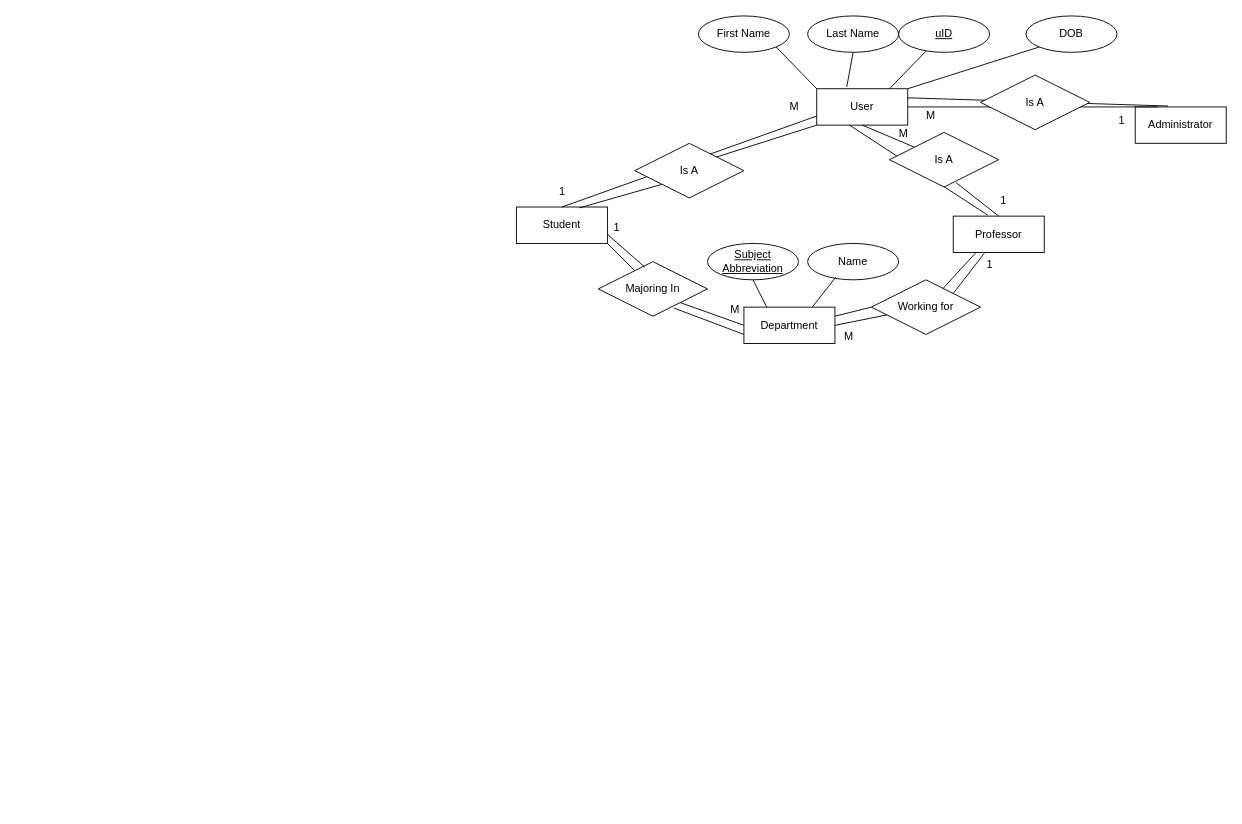
Earlier version of the draw.io diagram Untitled Diagram.drawio (ACavalletto/ACavalletto). Source tidied: cells renumbered, new cells numbered last; positions are measured from the earlier drawing's top-left corner, leaving out a move shared by most shapes. Both pictures are drawn from the tidied source at 91%, with x=0, y=0 at pixel (516, 15).
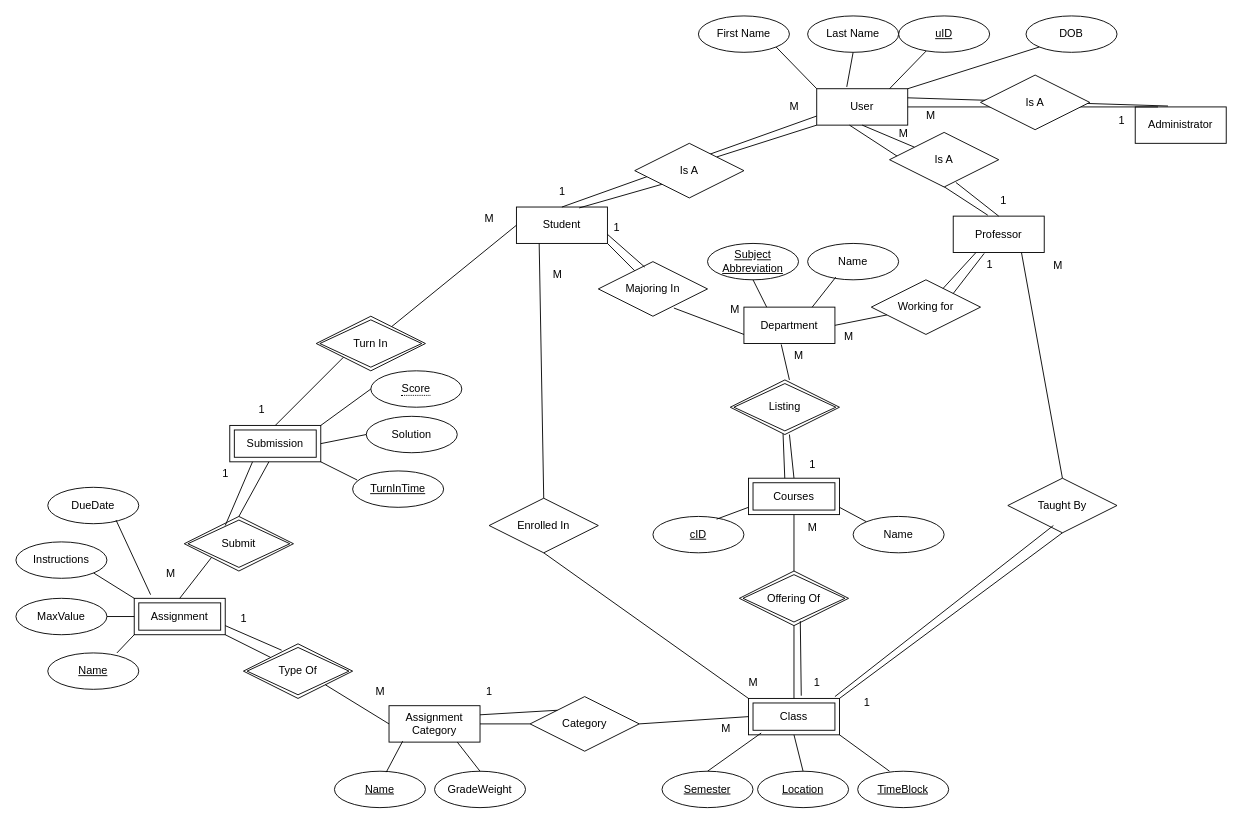
The same diagram, later.

Unchanged cells that the change refers to:
```xml
<mxCell id="11" value="Student" style="whiteSpace=wrap;html=1;align=center;" parent="1" vertex="1">
  <mxGeometry y="210" width="100" height="40" as="geometry" />
</mxCell>
<mxCell id="12" value="Professor" style="whiteSpace=wrap;html=1;align=center;" parent="1" vertex="1">
  <mxGeometry x="480" y="220" width="100" height="40" as="geometry" />
</mxCell>
<mxCell id="31" value="Department" style="whiteSpace=wrap;html=1;align=center;" parent="1" vertex="1">
  <mxGeometry x="250" y="320" width="100" height="40" as="geometry" />
</mxCell>
<mxCell id="36" value="Majoring In" style="shape=rhombus;perimeter=rhombusPerimeter;whiteSpace=wrap;html=1;align=center;" parent="1" vertex="1">
  <mxGeometry x="90" y="270" width="120" height="60" as="geometry" />
</mxCell>
<mxCell id="43" value="Working for" style="shape=rhombus;perimeter=rhombusPerimeter;whiteSpace=wrap;html=1;align=center;" parent="1" vertex="1">
  <mxGeometry x="390" y="290" width="120" height="60" as="geometry" />
</mxCell>
```

Diff of the diagram source:
```diff
@@
-    <mxCell id="41" style="endArrow=none;html=1;rounded=0;entryX=1;entryY=1;entryDx=0;entryDy=0;exitX=0;exitY=0.5;exitDx=0;exitDy=0;" parent="1" edge="1" source="31" target="36">
-      <mxGeometry relative="1" as="geometry" />
-    </mxCell>
@@
-    <mxCell id="44" style="endArrow=none;html=1;rounded=0;entryX=1;entryY=0.25;entryDx=0;entryDy=0;exitX=0;exitY=0.5;exitDx=0;exitDy=0;" parent="1" edge="1" source="43" target="31">
-      <mxGeometry relative="1" as="geometry" />
-    </mxCell>
@@
+    <mxCell id="50" style="endArrow=none;html=1;rounded=0;entryX=0.41;entryY=1.025;entryDx=0;entryDy=0;entryPerimeter=0;exitX=0.5;exitY=0;exitDx=0;exitDy=0;" parent="1" edge="1" target="31">
+      <mxGeometry relative="1" as="geometry">
+        <mxPoint x="300" y="400" as="sourcePoint" />
+      </mxGeometry>
+    </mxCell>
+    <mxCell id="51" style="endArrow=none;html=1;rounded=0;exitX=0.5;exitY=0;exitDx=0;exitDy=0;entryX=0.5;entryY=1;entryDx=0;entryDy=0;" parent="1" edge="1" source="73">
+      <mxGeometry relative="1" as="geometry">
+        <mxPoint x="300" y="460" as="targetPoint" />
+      </mxGeometry>
+    </mxCell>
+    <mxCell id="52" style="endArrow=none;html=1;rounded=0;entryX=0.4;entryY=0.075;entryDx=0;entryDy=0;entryPerimeter=0;exitX=0.442;exitY=0.983;exitDx=0;exitDy=0;exitPerimeter=0;" parent="1" edge="1" target="73">
+      <mxGeometry relative="1" as="geometry">
+        <mxPoint x="293" y="459" as="sourcePoint" />
+      </mxGeometry>
+    </mxCell>
+    <mxCell id="53" value="M" style="text;html=1;align=center;verticalAlign=middle;strokeColor=none;fillColor=none;" parent="1" vertex="1">
+      <mxGeometry x="295" y="358" width="30" height="30" as="geometry" />
+    </mxCell>
+    <mxCell id="54" value="1" style="text;html=1;align=center;verticalAlign=middle;strokeColor=none;fillColor=none;" parent="1" vertex="1">
+      <mxGeometry x="310" y="478" width="30" height="30" as="geometry" />
+    </mxCell>
+    <mxCell id="55" value="Name" style="ellipse;whiteSpace=wrap;html=1;align=center;" parent="1" vertex="1">
+      <mxGeometry x="370" y="550" width="100" height="40" as="geometry" />
+    </mxCell>
+    <mxCell id="56" value="cID" style="ellipse;whiteSpace=wrap;html=1;align=center;fontStyle=4;" parent="1" vertex="1">
+      <mxGeometry x="150" y="550" width="100" height="40" as="geometry" />
+    </mxCell>
+    <mxCell id="57" style="endArrow=none;html=1;rounded=0;entryX=0;entryY=1;entryDx=0;entryDy=0;exitX=0.7;exitY=0.075;exitDx=0;exitDy=0;exitPerimeter=0;" parent="1" edge="1" source="56">
+      <mxGeometry relative="1" as="geometry">
+        <mxPoint x="255" y="540" as="targetPoint" />
+      </mxGeometry>
+    </mxCell>
+    <mxCell id="58" style="endArrow=none;html=1;rounded=0;entryX=1;entryY=1;entryDx=0;entryDy=0;exitX=0;exitY=0;exitDx=0;exitDy=0;" parent="1" edge="1" source="55">
+      <mxGeometry relative="1" as="geometry">
+        <mxPoint x="355" y="540" as="targetPoint" />
+      </mxGeometry>
+    </mxCell>
+    <mxCell id="59" value="Offering Of" style="shape=rhombus;double=1;perimeter=rhombusPerimeter;whiteSpace=wrap;html=1;align=center;" parent="1" vertex="1">
+      <mxGeometry x="245" y="610" width="120" height="60" as="geometry" />
+    </mxCell>
+    <mxCell id="60" value="Class" style="shape=ext;margin=3;double=1;whiteSpace=wrap;html=1;align=center;" parent="1" vertex="1">
+      <mxGeometry x="255" y="750" width="100" height="40" as="geometry" />
+    </mxCell>
+    <mxCell id="61" value="TimeBlock" style="ellipse;whiteSpace=wrap;html=1;align=center;fontStyle=4;" parent="1" vertex="1">
+      <mxGeometry x="375" y="830" width="100" height="40" as="geometry" />
+    </mxCell>
+    <mxCell id="62" value="Location" style="ellipse;whiteSpace=wrap;html=1;align=center;fontStyle=4;" parent="1" vertex="1">
+      <mxGeometry x="265" y="830" width="100" height="40" as="geometry" />
+    </mxCell>
+    <mxCell id="63" value="Semester" style="ellipse;whiteSpace=wrap;html=1;align=center;fontStyle=4;" parent="1" vertex="1">
+      <mxGeometry x="160" y="830" width="100" height="40" as="geometry" />
+    </mxCell>
+    <mxCell id="64" style="endArrow=none;html=1;rounded=0;exitX=0.5;exitY=0;exitDx=0;exitDy=0;entryX=0.14;entryY=0.95;entryDx=0;entryDy=0;entryPerimeter=0;" parent="1" edge="1" source="63" target="60">
+      <mxGeometry relative="1" as="geometry" />
+    </mxCell>
+    <mxCell id="65" style="endArrow=none;html=1;rounded=0;exitX=0.5;exitY=1;exitDx=0;exitDy=0;entryX=0.5;entryY=0;entryDx=0;entryDy=0;" parent="1" edge="1" source="60" target="62">
+      <mxGeometry relative="1" as="geometry" />
+    </mxCell>
+    <mxCell id="66" style="endArrow=none;html=1;rounded=0;entryX=0.35;entryY=0;entryDx=0;entryDy=0;entryPerimeter=0;exitX=1;exitY=1;exitDx=0;exitDy=0;" parent="1" edge="1" source="60" target="61">
+      <mxGeometry relative="1" as="geometry" />
+    </mxCell>
+    <mxCell id="67" style="endArrow=none;html=1;rounded=0;exitX=0.5;exitY=0;exitDx=0;exitDy=0;entryX=0.5;entryY=1;entryDx=0;entryDy=0;" parent="1" edge="1" source="60" target="59">
+      <mxGeometry relative="1" as="geometry" />
+    </mxCell>
+    <mxCell id="68" style="endArrow=none;html=1;rounded=0;exitX=0.58;exitY=-0.075;exitDx=0;exitDy=0;exitPerimeter=0;entryX=0.558;entryY=0.917;entryDx=0;entryDy=0;entryPerimeter=0;" parent="1" edge="1" source="60" target="59">
+      <mxGeometry relative="1" as="geometry" />
+    </mxCell>
+    <mxCell id="69" style="endArrow=none;html=1;rounded=0;entryX=0.5;entryY=1;entryDx=0;entryDy=0;exitX=0.5;exitY=0;exitDx=0;exitDy=0;" parent="1" edge="1" source="59">
+      <mxGeometry relative="1" as="geometry">
+        <mxPoint x="305" y="540" as="targetPoint" />
+      </mxGeometry>
+    </mxCell>
+    <mxCell id="70" value="M" style="text;html=1;align=center;verticalAlign=middle;strokeColor=none;fillColor=none;" parent="1" vertex="1">
+      <mxGeometry x="310" y="548" width="30" height="30" as="geometry" />
+    </mxCell>
+    <mxCell id="71" value="1" style="text;html=1;align=center;verticalAlign=middle;points=[];strokeColor=none;fillColor=none;" parent="1" vertex="1">
+      <mxGeometry x="315" y="718" width="30" height="30" as="geometry" />
+    </mxCell>
+    <mxCell id="72" value="Listing" style="shape=rhombus;double=1;perimeter=rhombusPerimeter;whiteSpace=wrap;html=1;align=center;" parent="1" vertex="1">
+      <mxGeometry x="235" y="400" width="120" height="60" as="geometry" />
+    </mxCell>
+    <mxCell id="73" value="Courses" style="shape=ext;margin=3;double=1;whiteSpace=wrap;html=1;align=center;" parent="1" vertex="1">
+      <mxGeometry x="255" y="508" width="100" height="40" as="geometry" />
+    </mxCell>
+    <mxCell id="74" value="Taught By" style="shape=rhombus;perimeter=rhombusPerimeter;whiteSpace=wrap;html=1;align=center;" parent="1" vertex="1">
+      <mxGeometry x="540" y="508" width="120" height="60" as="geometry" />
+    </mxCell>
+    <mxCell id="75" style="endArrow=none;html=1;rounded=0;entryX=0.75;entryY=1;entryDx=0;entryDy=0;exitX=0.5;exitY=0;exitDx=0;exitDy=0;" parent="1" edge="1" source="74" target="12">
+      <mxGeometry relative="1" as="geometry" />
+    </mxCell>
+    <mxCell id="76" style="endArrow=none;html=1;rounded=0;entryX=0.5;entryY=1;entryDx=0;entryDy=0;exitX=1;exitY=0;exitDx=0;exitDy=0;" parent="1" edge="1" source="60" target="74">
+      <mxGeometry relative="1" as="geometry" />
+    </mxCell>
+    <mxCell id="77" value="1" style="text;html=1;align=center;verticalAlign=middle;strokeColor=none;fillColor=none;" parent="1" vertex="1">
+      <mxGeometry x="370" y="740" width="30" height="30" as="geometry" />
+    </mxCell>
+    <mxCell id="78" value="M" style="text;html=1;align=center;verticalAlign=middle;strokeColor=none;fillColor=none;" parent="1" vertex="1">
+      <mxGeometry x="580" y="260" width="30" height="30" as="geometry" />
+    </mxCell>
+    <mxCell id="79" style="endArrow=none;html=1;rounded=0;exitX=1.167;exitY=1;exitDx=0;exitDy=0;entryX=0.417;entryY=0.867;entryDx=0;entryDy=0;entryPerimeter=0;exitPerimeter=0;" parent="1" edge="1" source="71" target="74">
+      <mxGeometry relative="1" as="geometry" />
+    </mxCell>
+    <mxCell id="80" value="Enrolled In" style="shape=rhombus;perimeter=rhombusPerimeter;whiteSpace=wrap;html=1;align=center;" parent="1" vertex="1">
+      <mxGeometry x="-30" y="530" width="120" height="60" as="geometry" />
+    </mxCell>
+    <mxCell id="81" style="endArrow=none;html=1;rounded=0;entryX=0.25;entryY=1;entryDx=0;entryDy=0;exitX=0.5;exitY=0;exitDx=0;exitDy=0;" parent="1" edge="1" source="80" target="11">
+      <mxGeometry relative="1" as="geometry" />
+    </mxCell>
+    <mxCell id="82" style="endArrow=none;html=1;rounded=0;exitX=0.5;exitY=1;exitDx=0;exitDy=0;entryX=0;entryY=0;entryDx=0;entryDy=0;" parent="1" edge="1" source="80" target="60">
+      <mxGeometry relative="1" as="geometry" />
+    </mxCell>
+    <mxCell id="83" value="M" style="text;html=1;align=center;verticalAlign=middle;strokeColor=none;fillColor=none;" parent="1" vertex="1">
+      <mxGeometry x="30" y="270" width="30" height="30" as="geometry" />
+    </mxCell>
+    <mxCell id="84" value="M" style="text;html=1;align=center;verticalAlign=middle;strokeColor=none;fillColor=none;" parent="1" vertex="1">
+      <mxGeometry x="245" y="718" width="30" height="30" as="geometry" />
+    </mxCell>
+    <mxCell id="85" value="Assignment" style="shape=ext;margin=3;double=1;whiteSpace=wrap;html=1;align=center;" parent="1" vertex="1">
+      <mxGeometry x="-420" y="640" width="100" height="40" as="geometry" />
+    </mxCell>
+    <mxCell id="86" value="Assignment Category" style="whiteSpace=wrap;html=1;align=center;" parent="1" vertex="1">
+      <mxGeometry x="-140" y="758" width="100" height="40" as="geometry" />
+    </mxCell>
+    <mxCell id="87" value="Category" style="shape=rhombus;perimeter=rhombusPerimeter;whiteSpace=wrap;html=1;align=center;" parent="1" vertex="1">
+      <mxGeometry x="15" y="748" width="120" height="60" as="geometry" />
+    </mxCell>
+    <mxCell id="88" value="Type Of" style="shape=rhombus;double=1;perimeter=rhombusPerimeter;whiteSpace=wrap;html=1;align=center;" parent="1" vertex="1">
+      <mxGeometry x="-300" y="690" width="120" height="60" as="geometry" />
+    </mxCell>
+    <mxCell id="89" value="Name" style="ellipse;whiteSpace=wrap;html=1;align=center;fontStyle=4;" parent="1" vertex="1">
+      <mxGeometry x="-515" y="700" width="100" height="40" as="geometry" />
+    </mxCell>
+    <mxCell id="90" value="MaxValue" style="ellipse;whiteSpace=wrap;html=1;align=center;" parent="1" vertex="1">
+      <mxGeometry x="-550" y="640" width="100" height="40" as="geometry" />
+    </mxCell>
+    <mxCell id="91" value="Instructions" style="ellipse;whiteSpace=wrap;html=1;align=center;" parent="1" vertex="1">
+      <mxGeometry x="-550" y="578" width="100" height="40" as="geometry" />
+    </mxCell>
+    <mxCell id="92" value="DueDate" style="ellipse;whiteSpace=wrap;html=1;align=center;" parent="1" vertex="1">
+      <mxGeometry x="-515" y="518" width="100" height="40" as="geometry" />
+    </mxCell>
+    <mxCell id="93" style="endArrow=none;html=1;rounded=0;entryX=0;entryY=1;entryDx=0;entryDy=0;exitX=0.76;exitY=0;exitDx=0;exitDy=0;exitPerimeter=0;" parent="1" edge="1" source="89" target="85">
+      <mxGeometry relative="1" as="geometry" />
+    </mxCell>
+    <mxCell id="94" style="endArrow=none;html=1;rounded=0;entryX=1;entryY=0.5;entryDx=0;entryDy=0;" parent="1" edge="1" target="90">
+      <mxGeometry relative="1" as="geometry">
+        <mxPoint x="-420" y="660" as="sourcePoint" />
+      </mxGeometry>
+    </mxCell>
+    <mxCell id="95" style="endArrow=none;html=1;rounded=0;entryX=1;entryY=1;entryDx=0;entryDy=0;exitX=0;exitY=0;exitDx=0;exitDy=0;" parent="1" edge="1" source="85" target="91">
+      <mxGeometry relative="1" as="geometry" />
+    </mxCell>
+    <mxCell id="96" style="endArrow=none;html=1;rounded=0;entryX=0.75;entryY=0.9;entryDx=0;entryDy=0;entryPerimeter=0;exitX=0.18;exitY=-0.1;exitDx=0;exitDy=0;exitPerimeter=0;" parent="1" edge="1" source="85" target="92">
+      <mxGeometry relative="1" as="geometry" />
+    </mxCell>
+    <mxCell id="97" style="endArrow=none;html=1;rounded=0;entryX=1;entryY=0.75;entryDx=0;entryDy=0;exitX=0.35;exitY=0.117;exitDx=0;exitDy=0;exitPerimeter=0;" parent="1" edge="1" source="88" target="85">
+      <mxGeometry relative="1" as="geometry" />
+    </mxCell>
+    <mxCell id="98" style="endArrow=none;html=1;rounded=0;entryX=1;entryY=1;entryDx=0;entryDy=0;exitX=0;exitY=0;exitDx=0;exitDy=0;" parent="1" edge="1" source="88" target="85">
+      <mxGeometry relative="1" as="geometry" />
+    </mxCell>
+    <mxCell id="99" style="endArrow=none;html=1;rounded=0;entryX=1;entryY=1;entryDx=0;entryDy=0;exitX=0;exitY=0.5;exitDx=0;exitDy=0;" parent="1" edge="1" source="86" target="88">
+      <mxGeometry relative="1" as="geometry" />
+    </mxCell>
+    <mxCell id="100" value="M" style="text;html=1;align=center;verticalAlign=middle;strokeColor=none;fillColor=none;" parent="1" vertex="1">
+      <mxGeometry x="-165" y="728" width="30" height="30" as="geometry" />
+    </mxCell>
+    <mxCell id="101" value="1" style="text;html=1;align=center;verticalAlign=middle;strokeColor=none;fillColor=none;" parent="1" vertex="1">
+      <mxGeometry x="-315" y="648" width="30" height="30" as="geometry" />
+    </mxCell>
+    <mxCell id="102" style="endArrow=none;html=1;rounded=0;entryX=1;entryY=0.25;entryDx=0;entryDy=0;exitX=0;exitY=0;exitDx=0;exitDy=0;" parent="1" edge="1" source="87" target="86">
+      <mxGeometry relative="1" as="geometry" />
+    </mxCell>
+    <mxCell id="103" style="endArrow=none;html=1;rounded=0;entryX=1;entryY=0.5;entryDx=0;entryDy=0;exitX=0;exitY=0.5;exitDx=0;exitDy=0;" parent="1" edge="1" source="87" target="86">
+      <mxGeometry relative="1" as="geometry" />
+    </mxCell>
+    <mxCell id="104" style="endArrow=none;html=1;rounded=0;entryX=1;entryY=0.5;entryDx=0;entryDy=0;exitX=0;exitY=0.5;exitDx=0;exitDy=0;" parent="1" edge="1" source="60" target="87">
+      <mxGeometry relative="1" as="geometry" />
+    </mxCell>
+    <mxCell id="105" value="M" style="text;html=1;align=center;verticalAlign=middle;strokeColor=none;fillColor=none;" parent="1" vertex="1">
+      <mxGeometry x="215" y="768" width="30" height="30" as="geometry" />
+    </mxCell>
+    <mxCell id="106" value="1" style="text;html=1;align=center;verticalAlign=middle;strokeColor=none;fillColor=none;" parent="1" vertex="1">
+      <mxGeometry x="-45" y="728" width="30" height="30" as="geometry" />
+    </mxCell>
+    <mxCell id="107" value="Name" style="ellipse;whiteSpace=wrap;html=1;align=center;fontStyle=4;" parent="1" vertex="1">
+      <mxGeometry x="-200" y="830" width="100" height="40" as="geometry" />
+    </mxCell>
+    <mxCell id="108" value="GradeWeight" style="ellipse;whiteSpace=wrap;html=1;align=center;" parent="1" vertex="1">
+      <mxGeometry x="-90" y="830" width="100" height="40" as="geometry" />
+    </mxCell>
+    <mxCell id="109" style="endArrow=none;html=1;rounded=0;entryX=0.15;entryY=0.975;entryDx=0;entryDy=0;entryPerimeter=0;exitX=0.57;exitY=0.025;exitDx=0;exitDy=0;exitPerimeter=0;" parent="1" edge="1" source="107" target="86">
+      <mxGeometry relative="1" as="geometry" />
+    </mxCell>
+    <mxCell id="110" style="endArrow=none;html=1;rounded=0;entryX=0.75;entryY=1;entryDx=0;entryDy=0;exitX=0.5;exitY=0;exitDx=0;exitDy=0;" parent="1" edge="1" source="108" target="86">
+      <mxGeometry relative="1" as="geometry" />
+    </mxCell>
+    <mxCell id="111" style="endArrow=none;html=1;rounded=0;entryX=0;entryY=0.5;entryDx=0;entryDy=0;" parent="1" edge="1" target="11">
+      <mxGeometry relative="1" as="geometry">
+        <mxPoint x="-137.1" y="341.4" as="sourcePoint" />
+      </mxGeometry>
+    </mxCell>
+    <mxCell id="112" value="M" style="text;html=1;align=center;verticalAlign=middle;strokeColor=none;fillColor=none;" parent="1" vertex="1">
+      <mxGeometry x="-395" y="598" width="30" height="30" as="geometry" />
+    </mxCell>
+    <mxCell id="113" value="M" style="text;html=1;align=center;verticalAlign=middle;strokeColor=none;fillColor=none;" parent="1" vertex="1">
+      <mxGeometry x="-45" y="208" width="30" height="30" as="geometry" />
+    </mxCell>
+    <mxCell id="114" value="Submission" style="shape=ext;margin=3;double=1;whiteSpace=wrap;html=1;align=center;" parent="1" vertex="1">
+      <mxGeometry x="-315" y="450" width="100" height="40" as="geometry" />
+    </mxCell>
+    <mxCell id="115" value="Submit" style="shape=rhombus;double=1;perimeter=rhombusPerimeter;whiteSpace=wrap;html=1;align=center;" parent="1" vertex="1">
+      <mxGeometry x="-365" y="550" width="120" height="60" as="geometry" />
+    </mxCell>
+    <mxCell id="116" value="Turn In" style="shape=rhombus;double=1;perimeter=rhombusPerimeter;whiteSpace=wrap;html=1;align=center;" parent="1" vertex="1">
+      <mxGeometry x="-220" y="330" width="120" height="60" as="geometry" />
+    </mxCell>
+    <mxCell id="117" style="endArrow=none;html=1;rounded=0;entryX=0;entryY=1;entryDx=0;entryDy=0;exitX=0.5;exitY=0;exitDx=0;exitDy=0;" parent="1" edge="1" source="114" target="116">
+      <mxGeometry relative="1" as="geometry" />
+    </mxCell>
+    <mxCell id="118" style="endArrow=none;html=1;rounded=0;entryX=0.43;entryY=1;entryDx=0;entryDy=0;entryPerimeter=0;exitX=0.5;exitY=0;exitDx=0;exitDy=0;" parent="1" edge="1" source="115" target="114">
+      <mxGeometry relative="1" as="geometry" />
+    </mxCell>
+    <mxCell id="119" style="endArrow=none;html=1;rounded=0;entryX=0.5;entryY=0;entryDx=0;entryDy=0;exitX=0;exitY=1;exitDx=0;exitDy=0;" parent="1" edge="1" source="115" target="85">
+      <mxGeometry relative="1" as="geometry" />
+    </mxCell>
+    <mxCell id="120" value="TurnInTime" style="ellipse;whiteSpace=wrap;html=1;align=center;fontStyle=4;" parent="1" vertex="1">
+      <mxGeometry x="-180" y="500" width="100" height="40" as="geometry" />
+    </mxCell>
+    <mxCell id="121" value="Solution" style="ellipse;whiteSpace=wrap;html=1;align=center;" parent="1" vertex="1">
+      <mxGeometry x="-165" y="440" width="100" height="40" as="geometry" />
+    </mxCell>
+    <mxCell id="122" value="&lt;span style=&quot;border-bottom: 1px dotted&quot;&gt;Score&lt;/span&gt;" style="ellipse;whiteSpace=wrap;html=1;align=center;" parent="1" vertex="1">
+      <mxGeometry x="-160" y="390" width="100" height="40" as="geometry" />
+    </mxCell>
+    <mxCell id="123" style="endArrow=none;html=1;rounded=0;entryX=0;entryY=0.5;entryDx=0;entryDy=0;exitX=1;exitY=0;exitDx=0;exitDy=0;" parent="1" edge="1" source="114" target="122">
+      <mxGeometry relative="1" as="geometry" />
+    </mxCell>
+    <mxCell id="124" style="endArrow=none;html=1;rounded=0;entryX=0;entryY=0.5;entryDx=0;entryDy=0;exitX=1;exitY=0.5;exitDx=0;exitDy=0;" parent="1" edge="1" source="114" target="121">
+      <mxGeometry relative="1" as="geometry" />
+    </mxCell>
+    <mxCell id="125" style="endArrow=none;html=1;rounded=0;entryX=1;entryY=1;entryDx=0;entryDy=0;exitX=0.05;exitY=0.25;exitDx=0;exitDy=0;exitPerimeter=0;" parent="1" edge="1" source="120" target="114">
+      <mxGeometry relative="1" as="geometry" />
+    </mxCell>
+    <mxCell id="126" style="endArrow=none;html=1;rounded=0;entryX=0.25;entryY=1;entryDx=0;entryDy=0;exitX=0.375;exitY=0.167;exitDx=0;exitDy=0;exitPerimeter=0;" parent="1" edge="1" source="115" target="114">
+      <mxGeometry relative="1" as="geometry" />
+    </mxCell>
+    <mxCell id="127" value="1" style="text;html=1;align=center;verticalAlign=middle;strokeColor=none;fillColor=none;" parent="1" vertex="1">
+      <mxGeometry x="-295" y="418" width="30" height="30" as="geometry" />
+    </mxCell>
+    <mxCell id="128" value="1" style="text;html=1;align=center;verticalAlign=middle;strokeColor=none;fillColor=none;" parent="1" vertex="1">
+      <mxGeometry x="-335" y="488" width="30" height="30" as="geometry" />
+    </mxCell>
```
